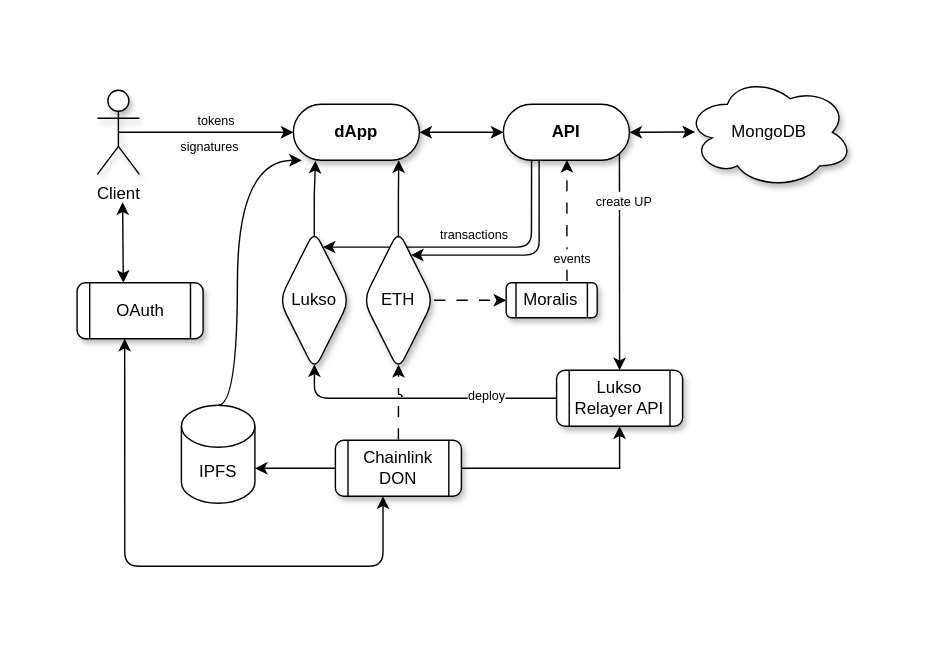
bshevchenko/updev keeps this draw.io diagram as assets/upDev-diagram.svg. Above is the earlier version. Source tidied: cells renumbered, new cells last; positions are measured from the earlier drawing's top-left corner, leaving out a move shared by most shapes. The source it was exported from:
```xml
<mxGraphModel background="#ffffff">
  <root>
    <mxCell id="0" />
    <mxCell id="1" parent="0" />
    <mxCell id="2" style="endArrow=classic;html=1;rounded=1;exitX=0.257;exitY=1.004;exitDx=0;exitDy=0;exitPerimeter=0;curved=0;" parent="1" edge="1">
      <mxGeometry relative="1" as="geometry">
        <mxPoint x="324.1" y="59.2" as="sourcePoint" />
        <mxPoint x="175" y="122" as="targetPoint" />
        <Array as="points">
          <mxPoint x="324" y="122" />
        </Array>
      </mxGeometry>
    </mxCell>
    <mxCell id="3" value="ETH" style="rhombus;whiteSpace=wrap;html=1;gradientColor=none;rounded=1;shadow=1;" parent="1" vertex="1">
      <mxGeometry x="204" y="110" width="50" height="100" as="geometry" />
    </mxCell>
    <mxCell id="4" value="dApp" style="rounded=1;whiteSpace=wrap;html=1;arcSize=50;fontStyle=1;shadow=1;" parent="1" vertex="1">
      <mxGeometry x="154" y="20" width="90" height="40" as="geometry" />
    </mxCell>
    <mxCell id="5" style="edgeStyle=orthogonalEdgeStyle;rounded=1;jettySize=auto;html=1;exitX=0.25;exitY=1;exitDx=0;exitDy=0;entryX=0.68;entryY=0.177;entryDx=0;entryDy=0;entryPerimeter=0;curved=0;shadow=0;flowAnimation=0;" parent="1" edge="1" target="3">
      <mxGeometry relative="1" as="geometry">
        <mxPoint x="329.5" y="53" as="sourcePoint" />
        <Array as="points">
          <mxPoint x="330" y="128" />
        </Array>
      </mxGeometry>
    </mxCell>
    <mxCell id="6" value="API" style="rounded=1;whiteSpace=wrap;html=1;arcSize=50;fontStyle=1;shadow=1;" parent="1" vertex="1">
      <mxGeometry x="304" y="20" width="90" height="40" as="geometry" />
    </mxCell>
    <mxCell id="7" value="Lukso Relayer API" style="shape=process;whiteSpace=wrap;html=1;backgroundOutline=1;rounded=1;shadow=1;" parent="1" vertex="1">
      <mxGeometry x="342" y="210" width="90" height="40" as="geometry" />
    </mxCell>
    <mxCell id="8" value="OAuth" style="shape=process;whiteSpace=wrap;html=1;backgroundOutline=1;rounded=1;shadow=1;" parent="1" vertex="1">
      <mxGeometry x="-0.5" y="147.5" width="90" height="40" as="geometry" />
    </mxCell>
    <mxCell id="9" value="&lt;font style=&quot;font-size: 9px;&quot;&gt;signatures&lt;/font&gt;" style="edgeStyle=orthogonalEdgeStyle;rounded=0;jettySize=auto;html=1;exitX=0.5;exitY=0.5;exitDx=0;exitDy=0;exitPerimeter=0;entryX=0;entryY=0.5;entryDx=0;entryDy=0;" parent="1" edge="1" source="10" target="4">
      <mxGeometry x="0.04" y="-10" relative="1" as="geometry" />
    </mxCell>
    <mxCell id="10" value="Client" style="shape=umlActor;verticalLabelPosition=bottom;verticalAlign=top;html=1;outlineConnect=0;shadow=1;" parent="1" vertex="1">
      <mxGeometry x="14" y="10" width="30" height="60" as="geometry" />
    </mxCell>
    <mxCell id="11" value="MongoDB" style="ellipse;shape=cloud;whiteSpace=wrap;html=1;shadow=1;" parent="1" vertex="1">
      <mxGeometry x="434" width="120" height="80" as="geometry" />
    </mxCell>
    <mxCell id="12" value="Moralis" style="shape=process;whiteSpace=wrap;html=1;backgroundOutline=1;rounded=1;shadow=1;" parent="1" vertex="1">
      <mxGeometry x="306" y="147.5" width="65" height="25" as="geometry" />
    </mxCell>
    <mxCell id="13" style="edgeStyle=orthogonalEdgeStyle;rounded=0;jettySize=auto;html=1;exitX=1;exitY=0.5;exitDx=0;exitDy=0;entryX=0;entryY=0.5;entryDx=0;entryDy=0;flowAnimation=1;" parent="1" edge="1" source="3" target="12">
      <mxGeometry relative="1" as="geometry" />
    </mxCell>
    <mxCell id="14" style="endArrow=classic;html=1;rounded=0;entryX=0.5;entryY=0;entryDx=0;entryDy=0;exitX=0.921;exitY=0.886;exitDx=0;exitDy=0;exitPerimeter=0;" parent="1" edge="1" source="6" target="7">
      <mxGeometry relative="1" as="geometry" />
    </mxCell>
    <mxCell id="15" value="&lt;font style=&quot;font-size: 9px;&quot;&gt;create UP&lt;/font&gt;" style="edgeLabel;html=1;align=center;verticalAlign=middle;" parent="14" vertex="1">
      <mxGeometry x="-0.58" y="-2" relative="1" as="geometry">
        <mxPoint x="5" as="offset" />
      </mxGeometry>
    </mxCell>
    <mxCell id="16" style="endArrow=classic;startArrow=classic;html=1;rounded=0;exitX=1;exitY=0.5;exitDx=0;exitDy=0;entryX=0;entryY=0.5;entryDx=0;entryDy=0;" parent="1" edge="1" source="4" target="6">
      <mxGeometry relative="1" as="geometry" />
    </mxCell>
    <mxCell id="17" style="endArrow=classic;startArrow=classic;html=1;rounded=0;entryX=1;entryY=0.5;entryDx=0;entryDy=0;exitX=0.058;exitY=0.497;exitDx=0;exitDy=0;exitPerimeter=0;" parent="1" edge="1" source="11" target="6">
      <mxGeometry relative="1" as="geometry" />
    </mxCell>
    <mxCell id="18" style="edgeStyle=orthogonalEdgeStyle;rounded=0;jettySize=auto;html=1;exitX=0.498;exitY=0.042;exitDx=0;exitDy=0;entryX=0.175;entryY=1.008;entryDx=0;entryDy=0;entryPerimeter=0;exitPerimeter=0;" parent="1" edge="1" source="19" target="4">
      <mxGeometry relative="1" as="geometry" />
    </mxCell>
    <mxCell id="19" value="Lukso" style="rhombus;whiteSpace=wrap;html=1;rounded=1;shadow=1;" parent="1" vertex="1">
      <mxGeometry x="144" y="110" width="50" height="100" as="geometry" />
    </mxCell>
    <mxCell id="20" style="endArrow=classic;startArrow=classic;html=1;rounded=0;exitX=0.5;exitY=0;exitDx=0;exitDy=0;curved=1;" parent="1" edge="1">
      <mxGeometry relative="1" as="geometry">
        <mxPoint x="32.5" y="147.5" as="sourcePoint" />
        <mxPoint x="32" y="90" as="targetPoint" />
      </mxGeometry>
    </mxCell>
    <mxCell id="21" style="edgeStyle=orthogonalEdgeStyle;rounded=1;jettySize=auto;html=1;exitX=0;exitY=0.5;exitDx=0;exitDy=0;entryX=0.5;entryY=0.958;entryDx=0;entryDy=0;curved=0;entryPerimeter=0;" parent="1" edge="1" source="7" target="19">
      <mxGeometry relative="1" as="geometry">
        <Array as="points">
          <mxPoint x="169" y="230" />
        </Array>
      </mxGeometry>
    </mxCell>
    <mxCell id="22" value="&lt;font style=&quot;font-size: 9px;&quot;&gt;deploy&lt;/font&gt;" style="edgeLabel;html=1;align=center;verticalAlign=middle;" parent="21" vertex="1">
      <mxGeometry x="-0.49" y="-2" relative="1" as="geometry" />
    </mxCell>
    <mxCell id="23" style="edgeStyle=orthogonalEdgeStyle;rounded=0;jettySize=auto;html=1;exitX=0.668;exitY=-0.031;exitDx=0;exitDy=0;entryX=0.382;entryY=1.068;entryDx=0;entryDy=0;entryPerimeter=0;exitPerimeter=0;flowAnimation=1;" parent="1" edge="1" source="12">
      <mxGeometry relative="1" as="geometry">
        <mxPoint x="349.4" y="59.7" as="targetPoint" />
      </mxGeometry>
    </mxCell>
    <mxCell id="24" value="&lt;font style=&quot;font-size: 9px;&quot;&gt;events&lt;/font&gt;" style="edgeLabel;html=1;align=center;verticalAlign=middle;" parent="23" vertex="1">
      <mxGeometry x="-0.33" y="-1" relative="1" as="geometry">
        <mxPoint x="2" y="12" as="offset" />
      </mxGeometry>
    </mxCell>
    <mxCell id="25" style="edgeStyle=orthogonalEdgeStyle;rounded=0;jettySize=auto;html=1;exitX=0.5;exitY=0;exitDx=0;exitDy=0;jumpStyle=arc;entryX=0.502;entryY=0.961;entryDx=0;entryDy=0;entryPerimeter=0;flowAnimation=1;" parent="1" edge="1" source="28" target="3">
      <mxGeometry relative="1" as="geometry" />
    </mxCell>
    <mxCell id="26" style="edgeStyle=orthogonalEdgeStyle;rounded=0;jettySize=auto;html=1;" parent="1" edge="1" source="28" target="7">
      <mxGeometry relative="1" as="geometry" />
    </mxCell>
    <mxCell id="27" style="edgeStyle=orthogonalEdgeStyle;rounded=1;orthogonalLoop=1;jettySize=auto;html=1;exitX=0.5;exitY=1;exitDx=0;exitDy=0;entryX=0.5;entryY=1;entryDx=0;entryDy=0;curved=0;startArrow=classic;startFill=1;" parent="1" edge="1">
      <mxGeometry relative="1" as="geometry">
        <mxPoint x="218" y="300" as="sourcePoint" />
        <mxPoint x="33.5" y="187.5" as="targetPoint" />
        <Array as="points">
          <mxPoint x="218" y="350" />
          <mxPoint x="34" y="350" />
        </Array>
      </mxGeometry>
    </mxCell>
    <mxCell id="28" value="Chainlink DON" style="shape=process;whiteSpace=wrap;html=1;backgroundOutline=1;rounded=1;shadow=1;" parent="1" vertex="1">
      <mxGeometry x="184" y="260" width="90" height="40" as="geometry" />
    </mxCell>
    <mxCell id="29" style="edgeStyle=orthogonalEdgeStyle;rounded=0;jettySize=auto;html=1;exitX=0.5;exitY=0.052;exitDx=0;exitDy=0;entryX=0.836;entryY=1;entryDx=0;entryDy=0;entryPerimeter=0;exitPerimeter=0;" parent="1" edge="1" source="3" target="4">
      <mxGeometry relative="1" as="geometry" />
    </mxCell>
    <mxCell id="30" value="&lt;font style=&quot;font-size: 9px;&quot;&gt;transactions&lt;/font&gt;" style="edgeLabel;html=1;align=center;verticalAlign=middle;" parent="1" vertex="1">
      <mxGeometry x="283" y="113" as="geometry" />
    </mxCell>
    <mxCell id="31" style="edgeStyle=orthogonalEdgeStyle;rounded=0;jettySize=auto;html=1;exitX=0.5;exitY=0;exitDx=0;exitDy=0;exitPerimeter=0;entryX=1;entryY=1;entryDx=0;entryDy=0;curved=1;" parent="1" edge="1" source="32" target="34">
      <mxGeometry relative="1" as="geometry">
        <Array as="points">
          <mxPoint x="114" y="235" />
          <mxPoint x="114" y="60" />
        </Array>
      </mxGeometry>
    </mxCell>
    <mxCell id="32" value="IPFS" style="shape=cylinder3;whiteSpace=wrap;html=1;boundedLbl=1;backgroundOutline=1;size=15;" parent="1" vertex="1">
      <mxGeometry x="74" y="235" width="52.5" height="70" as="geometry" />
    </mxCell>
    <mxCell id="33" style="edgeStyle=orthogonalEdgeStyle;rounded=1;jettySize=auto;html=1;exitX=0;exitY=0.5;exitDx=0;exitDy=0;entryX=1;entryY=0;entryDx=0;entryDy=45;entryPerimeter=0;curved=0;" parent="1" edge="1" source="28" target="32">
      <mxGeometry relative="1" as="geometry" />
    </mxCell>
    <mxCell id="34" value="&lt;span style=&quot;color: rgb(0, 0, 0); font-family: Helvetica; font-size: 9px; font-style: normal; font-variant-ligatures: normal; font-variant-caps: normal; font-weight: 400; letter-spacing: normal; orphans: 2; text-align: center; text-indent: 0px; text-transform: none; widows: 2; word-spacing: 0px; -webkit-text-stroke-width: 0px; white-space: nowrap; background-color: rgb(255, 255, 255); text-decoration-thickness: initial; text-decoration-style: initial; text-decoration-color: initial; display: inline !important; float: none;&quot;&gt;tokens&lt;/span&gt;" style="text;whiteSpace=wrap;html=1;" parent="1" vertex="1">
      <mxGeometry x="84" y="17" width="76" height="43" as="geometry" />
    </mxCell>
  </root>
</mxGraphModel>
```
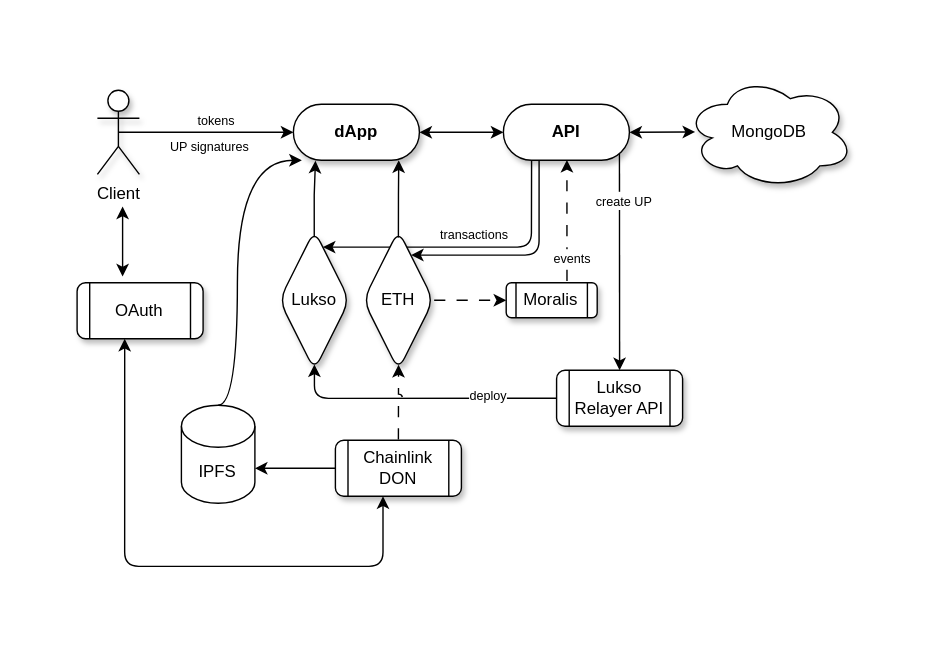
The same diagram one commit later.

Commit message:
readme fix logo black and diagram

Change to the diagram source:
```diff
@@ -34,7 +34,7 @@
     <mxCell id="8" value="OAuth" style="shape=process;whiteSpace=wrap;html=1;backgroundOutline=1;rounded=1;shadow=1;" parent="1" vertex="1">
       <mxGeometry x="-0.5" y="147.5" width="90" height="40" as="geometry" />
     </mxCell>
-    <mxCell id="9" value="&lt;font style=&quot;font-size: 9px;&quot;&gt;signatures&lt;/font&gt;" style="edgeStyle=orthogonalEdgeStyle;rounded=0;jettySize=auto;html=1;exitX=0.5;exitY=0.5;exitDx=0;exitDy=0;exitPerimeter=0;entryX=0;entryY=0.5;entryDx=0;entryDy=0;" parent="1" edge="1" source="10" target="4">
+    <mxCell id="9" value="&lt;font style=&quot;font-size: 9px;&quot;&gt;UP signatures&lt;/font&gt;" style="edgeStyle=orthogonalEdgeStyle;rounded=0;jettySize=auto;html=1;exitX=0.5;exitY=0.5;exitDx=0;exitDy=0;exitPerimeter=0;entryX=0;entryY=0.5;entryDx=0;entryDy=0;" parent="1" edge="1" source="10" target="4">
       <mxGeometry x="0.04" y="-10" relative="1" as="geometry" />
     </mxCell>
     <mxCell id="10" value="Client" style="shape=umlActor;verticalLabelPosition=bottom;verticalAlign=top;html=1;outlineConnect=0;shadow=1;" parent="1" vertex="1">
@@ -69,10 +69,10 @@
     <mxCell id="19" value="Lukso" style="rhombus;whiteSpace=wrap;html=1;rounded=1;shadow=1;" parent="1" vertex="1">
       <mxGeometry x="144" y="110" width="50" height="100" as="geometry" />
     </mxCell>
-    <mxCell id="20" style="endArrow=classic;startArrow=classic;html=1;rounded=0;exitX=0.5;exitY=0;exitDx=0;exitDy=0;curved=1;" parent="1" edge="1">
+    <mxCell id="20" style="endArrow=classic;startArrow=classic;html=1;rounded=0;curved=1;" parent="1" edge="1">
       <mxGeometry relative="1" as="geometry">
-        <mxPoint x="32.5" y="147.5" as="sourcePoint" />
-        <mxPoint x="32" y="90" as="targetPoint" />
+        <mxPoint x="32" y="143" as="sourcePoint" />
+        <mxPoint x="32" y="93" as="targetPoint" />
       </mxGeometry>
     </mxCell>
     <mxCell id="21" style="edgeStyle=orthogonalEdgeStyle;rounded=1;jettySize=auto;html=1;exitX=0;exitY=0.5;exitDx=0;exitDy=0;entryX=0.5;entryY=0.958;entryDx=0;entryDy=0;curved=0;entryPerimeter=0;" parent="1" edge="1" source="7" target="19">
@@ -98,9 +98,6 @@
     <mxCell id="25" style="edgeStyle=orthogonalEdgeStyle;rounded=0;jettySize=auto;html=1;exitX=0.5;exitY=0;exitDx=0;exitDy=0;jumpStyle=arc;entryX=0.502;entryY=0.961;entryDx=0;entryDy=0;entryPerimeter=0;flowAnimation=1;" parent="1" edge="1" source="28" target="3">
       <mxGeometry relative="1" as="geometry" />
     </mxCell>
-    <mxCell id="26" style="edgeStyle=orthogonalEdgeStyle;rounded=0;jettySize=auto;html=1;" parent="1" edge="1" source="28" target="7">
-      <mxGeometry relative="1" as="geometry" />
-    </mxCell>
     <mxCell id="27" style="edgeStyle=orthogonalEdgeStyle;rounded=1;orthogonalLoop=1;jettySize=auto;html=1;exitX=0.5;exitY=1;exitDx=0;exitDy=0;entryX=0.5;entryY=1;entryDx=0;entryDy=0;curved=0;startArrow=classic;startFill=1;" parent="1" edge="1">
       <mxGeometry relative="1" as="geometry">
         <mxPoint x="218" y="300" as="sourcePoint" />
```
